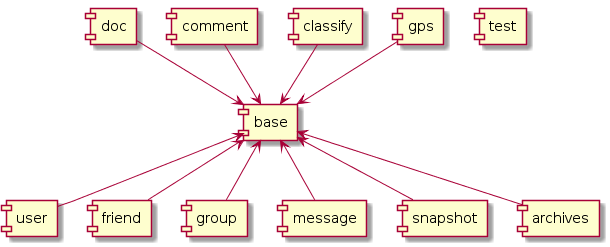
The PlantUML diagram doc/module.png in wangscript007/ranch, before a commit.
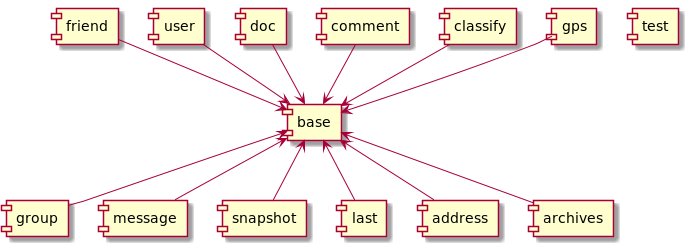
After the change.

Diff of the diagram source:
```diff
@@ -4,11 +4,13 @@
 [base] <-u- [classify]
 [base] <-u- [comment]
 [base] <-u- [doc]
-[base] <-- [user]
-[base] <-- [friend]
+[base] <-u- [user]
+[base] <-u- [friend]
 [base] <-- [group]
 [base] <-- [message]
 [base] <-- [snapshot]
+[base] <-- [last]
+[base] <-- [address]
 [base] <-- [archives]
 [test]
 
```
